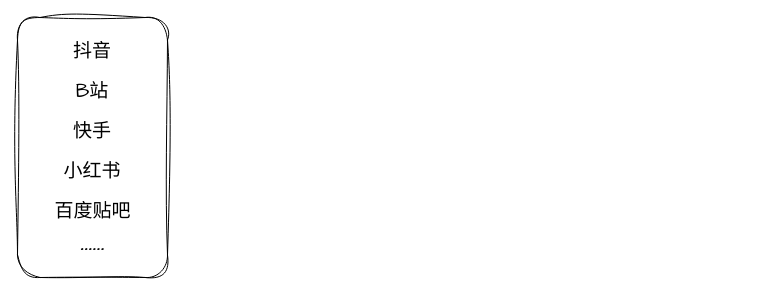
This is 公域账号管理.drawio from skindhu/9GAG, a draw.io file, before an edit. Source tidied: cells renumbered, new cells numbered last; positions are measured from the earlier drawing's top-left corner, leaving out a move shared by most shapes. Both pictures are drawn from the tidied source at 100%, with x=0, y=0 at pixel (17, 17).
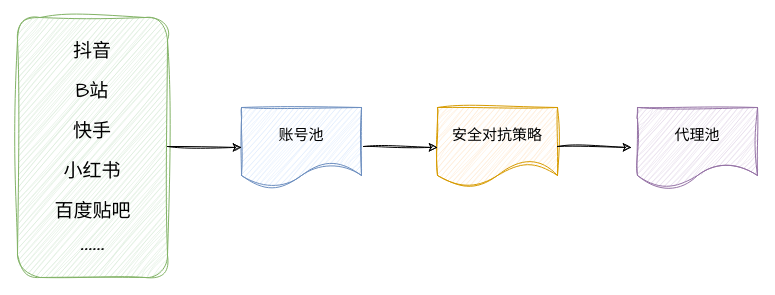
The same diagram, later.

Commit message:
更新公域账号管理.drawio

Change to the diagram source:
```diff
@@
 <mxGraphModel>
   <root>
     <mxCell id="0" />
     <mxCell id="1" parent="0" />
-    <mxCell id="2" style="rounded=1;whiteSpace=wrap;html=1;sketch=1;hachureGap=4;jiggle=2;curveFitting=1;fontFamily=Architects Daughter;" parent="1" vertex="1">
+    <mxCell id="2" style="rounded=1;whiteSpace=wrap;html=1;sketch=1;hachureGap=4;jiggle=2;curveFitting=1;fontFamily=Architects Daughter;fillColor=#d5e8d4;strokeColor=#82b366;" parent="1" vertex="1">
       <mxGeometry width="150" height="260" as="geometry" />
     </mxCell>
     <mxCell id="3" value="抖音" style="text;html=1;whiteSpace=wrap;strokeColor=none;fillColor=none;align=center;verticalAlign=middle;rounded=0;fontFamily=Architects Daughter;fontSize=19;" parent="1" vertex="1">
       <mxGeometry x="45" y="20" width="60" height="30" as="geometry" />
     </mxCell>
     <mxCell id="4" value="B站" style="text;html=1;whiteSpace=wrap;strokeColor=none;fillColor=none;align=center;verticalAlign=middle;rounded=0;fontFamily=Architects Daughter;fontSize=19;" parent="1" vertex="1">
       <mxGeometry x="45" y="60" width="60" height="30" as="geometry" />
     </mxCell>
     <mxCell id="5" value="快手" style="text;html=1;whiteSpace=wrap;strokeColor=none;fillColor=none;align=center;verticalAlign=middle;rounded=0;fontFamily=Architects Daughter;fontSize=19;" parent="1" vertex="1">
       <mxGeometry x="45" y="100" width="60" height="30" as="geometry" />
     </mxCell>
     <mxCell id="6" value="小红书" style="text;html=1;whiteSpace=wrap;strokeColor=none;fillColor=none;align=center;verticalAlign=middle;rounded=0;fontFamily=Architects Daughter;fontSize=19;" parent="1" vertex="1">
       <mxGeometry x="45" y="140" width="60" height="30" as="geometry" />
     </mxCell>
     <mxCell id="7" value="百度贴吧" style="text;html=1;whiteSpace=wrap;strokeColor=none;fillColor=none;align=center;verticalAlign=middle;rounded=0;fontFamily=Architects Daughter;fontSize=19;" parent="1" vertex="1">
       <mxGeometry x="32.5" y="180" width="85" height="30" as="geometry" />
     </mxCell>
     <mxCell id="8" value="……" style="text;html=1;whiteSpace=wrap;strokeColor=none;fillColor=none;align=center;verticalAlign=middle;rounded=0;fontFamily=Architects Daughter;fontSize=29;" parent="1" vertex="1">
       <mxGeometry x="32.5" y="210" width="85" height="30" as="geometry" />
     </mxCell>
+    <mxCell id="9" value="&lt;font style=&quot;font-size: 15px;&quot;&gt;安全对抗策略&lt;/font&gt;" style="shape=document;whiteSpace=wrap;html=1;boundedLbl=1;sketch=1;hachureGap=4;jiggle=2;curveFitting=1;fontFamily=Architects Daughter;fillColor=#ffe6cc;strokeColor=#d79b00;" parent="1" vertex="1">
+      <mxGeometry x="420" y="90" width="120" height="80" as="geometry" />
+    </mxCell>
+    <mxCell id="10" value="&lt;font style=&quot;font-size: 15px;&quot;&gt;账号池&lt;/font&gt;" style="shape=document;whiteSpace=wrap;html=1;boundedLbl=1;sketch=1;hachureGap=4;jiggle=2;curveFitting=1;fontFamily=Architects Daughter;fillColor=#dae8fc;strokeColor=#6c8ebf;" parent="1" vertex="1">
+      <mxGeometry x="224" y="90" width="120" height="80" as="geometry" />
+    </mxCell>
+    <mxCell id="11" value="&lt;font style=&quot;font-size: 15px;&quot;&gt;代理池&lt;/font&gt;" style="shape=document;whiteSpace=wrap;html=1;boundedLbl=1;sketch=1;hachureGap=4;jiggle=2;curveFitting=1;fontFamily=Architects Daughter;fillColor=#e1d5e7;strokeColor=#9673a6;" parent="1" vertex="1">
+      <mxGeometry x="620" y="90" width="120" height="80" as="geometry" />
+    </mxCell>
+    <mxCell id="12" style="endArrow=classic;html=1;rounded=0;sketch=1;hachureGap=4;jiggle=2;curveFitting=1;fontFamily=Architects Daughter;entryX=0;entryY=0.5;entryDx=0;entryDy=0;" parent="1" edge="1" target="10">
+      <mxGeometry relative="1" as="geometry">
+        <mxPoint x="150" y="129" as="sourcePoint" />
+      </mxGeometry>
+    </mxCell>
+    <mxCell id="13" style="endArrow=classic;html=1;rounded=0;sketch=1;hachureGap=4;jiggle=2;curveFitting=1;fontFamily=Architects Daughter;entryX=0;entryY=0.5;entryDx=0;entryDy=0;" parent="1" edge="1">
+      <mxGeometry relative="1" as="geometry">
+        <mxPoint x="346" y="129" as="sourcePoint" />
+        <mxPoint x="420" y="130" as="targetPoint" />
+      </mxGeometry>
+    </mxCell>
+    <mxCell id="14" style="endArrow=classic;html=1;rounded=0;sketch=1;hachureGap=4;jiggle=2;curveFitting=1;fontFamily=Architects Daughter;entryX=0;entryY=0.5;entryDx=0;entryDy=0;" parent="1" edge="1">
+      <mxGeometry relative="1" as="geometry">
+        <mxPoint x="540" y="129" as="sourcePoint" />
+        <mxPoint x="614" y="130" as="targetPoint" />
+      </mxGeometry>
+    </mxCell>
   </root>
 </mxGraphModel>
```
